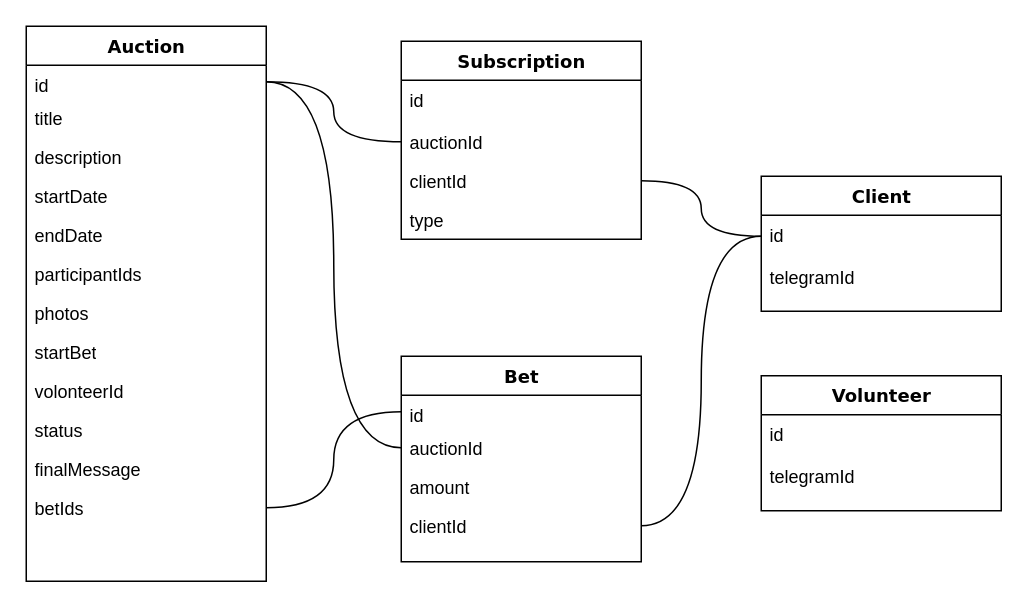
Above: docs/botDB.drawio in LyryKua/hackaton-auction (draw.io), before the change. Source tidied: cells renumbered, new cells numbered last; positions are measured from the earlier drawing's top-left corner, leaving out a move shared by most shapes. Both pictures are drawn from the tidied source at 150%, with x=0, y=0 at pixel (26, 26).
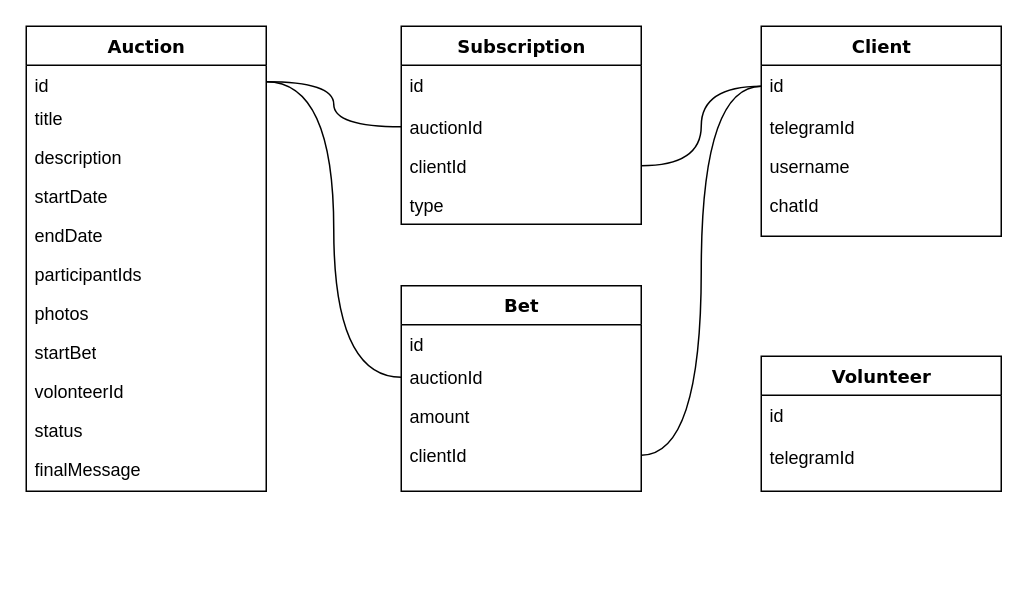
Above is the later version.

The change refers to these unchanged cells:
```xml
<mxCell id="16" value="id" style="text;html=1;strokeColor=none;fillColor=none;align=left;verticalAlign=top;spacingLeft=4;spacingRight=4;whiteSpace=wrap;overflow=hidden;points=[[0,0.5],[1,0.5]];portConstraint=eastwest;" parent="15" vertex="1">
  <mxGeometry y="26" width="160" height="22" as="geometry" />
</mxCell>
```

The edit, as a diff of the source:
```diff
@@
     <mxCell id="2" value="Auction" style="swimlane;html=1;fontStyle=1;align=center;verticalAlign=top;horizontal=1;startSize=26;swimlaneFillColor=#ffffff;rounded=0;shadow=0;comic=0;labelBackgroundColor=none;strokeWidth=1;fillColor=none;fontFamily=Verdana;fontSize=12;" parent="1" vertex="1">
-      <mxGeometry width="160" height="370" as="geometry" />
+      <mxGeometry width="160" height="310" as="geometry" />
     </mxCell>
@@
-    <mxCell id="14" value="betIds" style="text;html=1;strokeColor=none;fillColor=none;align=left;verticalAlign=top;spacingLeft=4;spacingRight=4;whiteSpace=wrap;overflow=hidden;points=[[0,0.5],[1,0.5]];portConstraint=eastwest;" parent="2" vertex="1">
-      <mxGeometry y="308" width="160" height="26" as="geometry" />
-    </mxCell>
     <mxCell id="15" value="Bet" style="swimlane;html=1;fontStyle=1;align=center;verticalAlign=top;horizontal=1;startSize=26;swimlaneFillColor=#ffffff;rounded=0;shadow=0;comic=0;labelBackgroundColor=none;strokeWidth=1;fillColor=none;fontFamily=Verdana;fontSize=12;" parent="1" vertex="1">
-      <mxGeometry x="250" y="220" width="160" height="137" as="geometry" />
+      <mxGeometry x="250" y="173" width="160" height="137" as="geometry" />
     </mxCell>
@@
     <mxCell id="20" value="Volunteer" style="swimlane;html=1;fontStyle=1;align=center;verticalAlign=top;horizontal=1;startSize=26;swimlaneFillColor=#ffffff;rounded=0;shadow=0;comic=0;labelBackgroundColor=none;strokeWidth=1;fillColor=none;fontFamily=Verdana;fontSize=12;" parent="1" vertex="1">
-      <mxGeometry x="490" y="233" width="160" height="90" as="geometry" />
+      <mxGeometry x="490" y="220" width="160" height="90" as="geometry" />
     </mxCell>
@@
     <mxCell id="23" value="Client" style="swimlane;html=1;fontStyle=1;align=center;verticalAlign=top;horizontal=1;startSize=26;swimlaneFillColor=#ffffff;rounded=0;shadow=0;comic=0;labelBackgroundColor=none;strokeWidth=1;fillColor=none;fontFamily=Verdana;fontSize=12;" parent="1" vertex="1">
-      <mxGeometry x="490" y="100" width="160" height="90" as="geometry" />
+      <mxGeometry x="490" width="160" height="140" as="geometry" />
     </mxCell>
@@
+    <mxCell id="36" value="username" style="text;html=1;strokeColor=none;fillColor=none;align=left;verticalAlign=top;spacingLeft=4;spacingRight=4;whiteSpace=wrap;overflow=hidden;" parent="23" vertex="1">
+      <mxGeometry y="80" width="160" height="26" as="geometry" />
+    </mxCell>
+    <mxCell id="37" value="chatId" style="text;html=1;strokeColor=none;fillColor=none;align=left;verticalAlign=top;spacingLeft=4;spacingRight=4;whiteSpace=wrap;overflow=hidden;" parent="23" vertex="1">
+      <mxGeometry y="106" width="160" height="26" as="geometry" />
+    </mxCell>
     <mxCell id="26" value="Subscription" style="swimlane;html=1;fontStyle=1;align=center;verticalAlign=top;horizontal=1;startSize=26;swimlaneFillColor=#ffffff;rounded=0;shadow=0;comic=0;labelBackgroundColor=none;strokeWidth=1;fillColor=none;fontFamily=Verdana;fontSize=12;" parent="1" vertex="1">
-      <mxGeometry x="250" y="10" width="160" height="132" as="geometry" />
+      <mxGeometry x="250" width="160" height="132" as="geometry" />
     </mxCell>
@@
-    <mxCell id="33" style="edgeStyle=orthogonalEdgeStyle;curved=1;jettySize=auto;html=1;exitX=1;exitY=0.5;exitDx=0;exitDy=0;entryX=0;entryY=0.5;entryDx=0;entryDy=0;endArrow=none;endFill=0;" parent="1" edge="1" source="14" target="16">
-      <mxGeometry relative="1" as="geometry" />
-    </mxCell>
```
